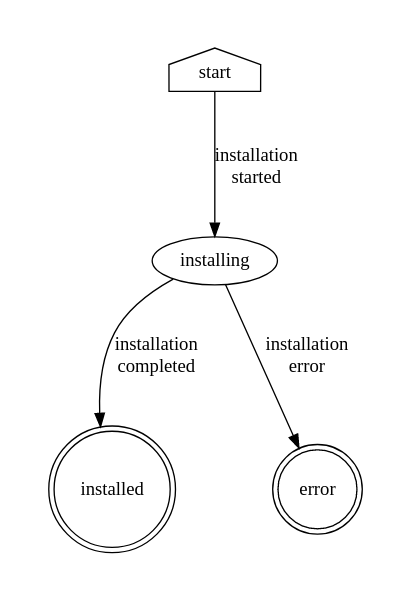
openshift/assisted-service keeps this Graphviz diagram as docs/ClusterState.png. Above is the earlier version. Its source is kept beside it as docs/ClusterState.dot. Its diagram source:
```dot
digraph ClusterStateMachine {
    graph [pad="0.5", nodesep="1", ranksep="1"];

    start [shape=house];
    start -> installing [label = "installation\nstarted"];

    installing -> installed [label = "installation\ncompleted"];
    installing -> error [label = "installation\nerror"]

    installed [shape=doublecircle];
    error [shape=doublecircle];
}
```
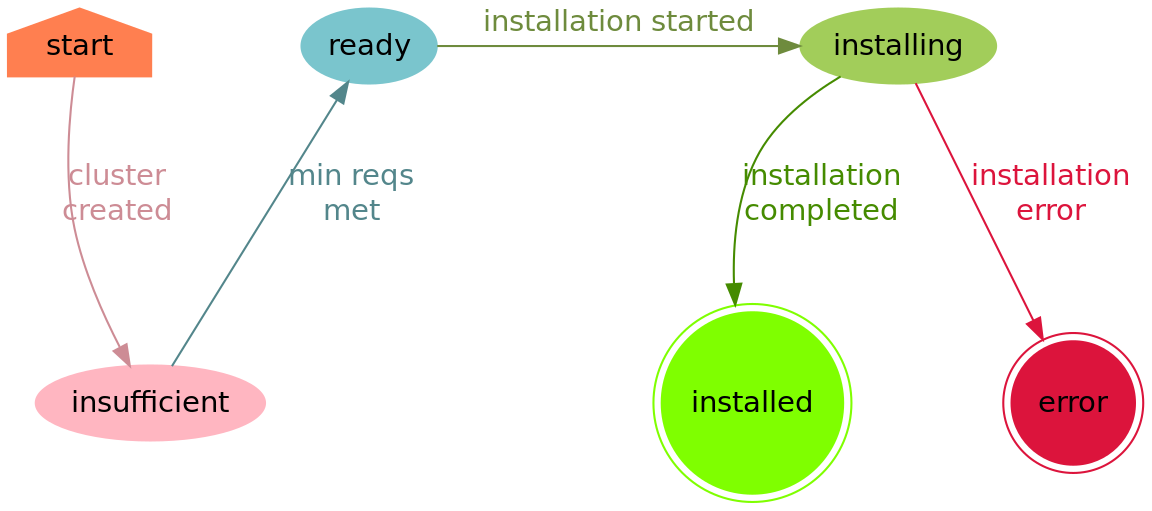
After the commit.

Commit message:
Update cluster state machine

Change to the diagram source:
```diff
@@ -1,12 +1,22 @@
 digraph ClusterStateMachine {
-    graph [pad="0.5", nodesep="1", ranksep="1"];
+    graph [nodesep = "1.0", ranksep = "1.0"];
+    node [style = filled];
+    compound = true;
+    newrank = false;
 
-    start [shape=house];
-    start -> installing [label = "installation\nstarted"];
+    start [shape = house, color = coral];
+    insufficient [color = lightpink];
+    ready [color = cadetblue3];
+    installing [color = darkolivegreen3];
+    installed [shape = doublecircle, color = chartreuse];
+    error [shape = doublecircle, color = crimson];
 
-    installing -> installed [label = "installation\ncompleted"];
-    installing -> error [label = "installation\nerror"]
+    start -> insufficient [label = "cluster\ncreated", color=lightpink3, fontcolor=lightpink3];
+    insufficient -> ready [label = "min reqs\nmet", color=cadetblue4, fontcolor=cadetblue4];
+    ready -> installing [label = "installation started", color=darkolivegreen4, fontcolor=darkolivegreen4];
+    installing -> installed [label = "installation\ncompleted", color=chartreuse4, fontcolor=chartreuse4];
+    installing -> error [label = "installation\nerror", color=crimson, fontcolor=crimson];
 
-    installed [shape=doublecircle];
-    error [shape=doublecircle];
+    {rank=max; installed}
+    {rank=same; start; ready; installing}
 }
```
